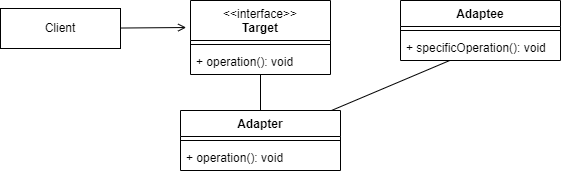
Above: documents/images/adapter.png in hazoe-dev/samples_effective_java (draw.io), before the change. Source tidied: cells renumbered, new cells last; positions are measured from the earlier drawing's top-left corner, leaving out a move shared by most shapes. Its diagram source:
```xml
<mxGraphModel>
  <root>
    <mxCell id="0" />
    <mxCell id="1" parent="0" />
    <mxCell id="2" value="Client" style="rounded=0;whiteSpace=wrap;html=1;" parent="1" vertex="1">
      <mxGeometry y="8" width="120" height="40" as="geometry" />
    </mxCell>
    <mxCell id="3" style="edgeStyle=none;rounded=0;jettySize=auto;html=1;endArrow=none;endFill=0;" parent="1" edge="1" source="4" target="14">
      <mxGeometry relative="1" as="geometry" />
    </mxCell>
    <mxCell id="4" value="Adapter" style="swimlane;fontStyle=1;align=center;verticalAlign=top;horizontal=1;startSize=26;whiteSpace=wrap;html=1;" parent="1" vertex="1">
      <mxGeometry x="180" y="110" width="160" height="60" as="geometry" />
    </mxCell>
    <mxCell id="5" style="line;strokeWidth=1;fillColor=none;align=left;verticalAlign=middle;spacingTop=-1;spacingLeft=3;spacingRight=3;labelPosition=right;strokeColor=inherit;" parent="4" vertex="1">
      <mxGeometry y="26" width="160" height="8" as="geometry" />
    </mxCell>
    <mxCell id="6" value="+ operation(): void" style="text;strokeColor=none;fillColor=none;align=left;verticalAlign=top;spacingLeft=4;spacingRight=4;overflow=hidden;whiteSpace=wrap;html=1;" parent="4" vertex="1">
      <mxGeometry y="34" width="160" height="26" as="geometry" />
    </mxCell>
    <mxCell id="7" style="rounded=0;jettySize=auto;html=1;entryX=-0.031;entryY=0.365;entryDx=0;entryDy=0;entryPerimeter=0;endArrow=open;endFill=0;" parent="1" edge="1" source="2" target="9">
      <mxGeometry relative="1" as="geometry" />
    </mxCell>
    <mxCell id="8" style="edgeStyle=none;rounded=0;jettySize=auto;html=1;endArrow=none;endFill=0;" parent="1" edge="1" source="9" target="4">
      <mxGeometry relative="1" as="geometry" />
    </mxCell>
    <mxCell id="9" value="&amp;lt;&amp;lt;interface&amp;gt;&amp;gt;&lt;br&gt;&lt;b&gt;Target&lt;/b&gt;" style="swimlane;fontStyle=0;align=center;verticalAlign=top;horizontal=1;startSize=40;html=1;whiteSpace=wrap;" parent="1" vertex="1">
      <mxGeometry x="190" width="140" height="74" as="geometry" />
    </mxCell>
    <mxCell id="10" style="line;strokeWidth=1;fillColor=none;align=left;verticalAlign=middle;spacingTop=-1;spacingLeft=3;spacingRight=3;labelPosition=right;" parent="9" vertex="1">
      <mxGeometry y="40" width="140" height="8" as="geometry" />
    </mxCell>
    <mxCell id="11" value="+ operation(): void" style="text;strokeColor=none;fillColor=none;align=left;verticalAlign=top;spacingLeft=4;spacingRight=4;overflow=hidden;whiteSpace=wrap;html=1;" parent="9" vertex="1">
      <mxGeometry y="48" width="140" height="26" as="geometry" />
    </mxCell>
    <mxCell id="12" value="Adaptee" style="swimlane;fontStyle=1;align=center;verticalAlign=top;horizontal=1;startSize=26;whiteSpace=wrap;html=1;" parent="1" vertex="1">
      <mxGeometry x="400" width="160" height="60" as="geometry" />
    </mxCell>
    <mxCell id="13" style="line;strokeWidth=1;fillColor=none;align=left;verticalAlign=middle;spacingTop=-1;spacingLeft=3;spacingRight=3;labelPosition=right;strokeColor=inherit;" parent="12" vertex="1">
      <mxGeometry y="26" width="160" height="8" as="geometry" />
    </mxCell>
    <mxCell id="14" value="+ specificOperation(): void" style="text;strokeColor=none;fillColor=none;align=left;verticalAlign=top;spacingLeft=4;spacingRight=4;overflow=hidden;points=[[0,0.5],[1,0.5]];portConstraint=eastwest;whiteSpace=wrap;html=1;" parent="12" vertex="1">
      <mxGeometry y="34" width="160" height="26" as="geometry" />
    </mxCell>
  </root>
</mxGraphModel>
```
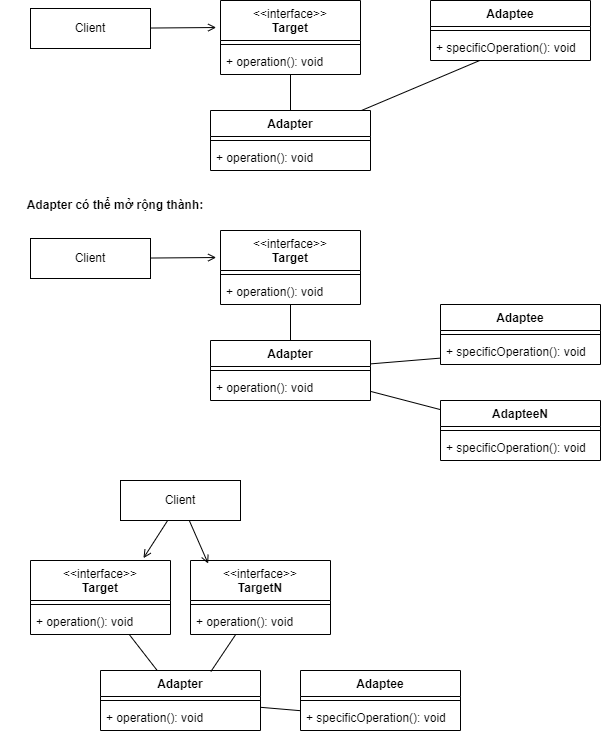
The same diagram one commit later.

Commit message:
Update document for Adapter pattern

What changed in the source:
```diff
@@ -41,5 +41,113 @@
     <mxCell id="14" value="+ specificOperation(): void" style="text;strokeColor=none;fillColor=none;align=left;verticalAlign=top;spacingLeft=4;spacingRight=4;overflow=hidden;points=[[0,0.5],[1,0.5]];portConstraint=eastwest;whiteSpace=wrap;html=1;" parent="12" vertex="1">
       <mxGeometry y="34" width="160" height="26" as="geometry" />
     </mxCell>
+    <mxCell id="15" value="&lt;b&gt;Adapter có thể mở rộng thành:&lt;/b&gt;" style="text;html=1;strokeColor=none;fillColor=none;align=center;verticalAlign=middle;whiteSpace=wrap;rounded=0;" parent="1" vertex="1">
+      <mxGeometry x="-30" y="190" width="230" height="30" as="geometry" />
+    </mxCell>
+    <mxCell id="16" value="Client" style="rounded=0;whiteSpace=wrap;html=1;" parent="1" vertex="1">
+      <mxGeometry y="238" width="120" height="40" as="geometry" />
+    </mxCell>
+    <mxCell id="17" style="edgeStyle=none;rounded=0;jettySize=auto;html=1;endArrow=none;endFill=0;" parent="1" edge="1" source="18" target="28">
+      <mxGeometry relative="1" as="geometry" />
+    </mxCell>
+    <mxCell id="18" value="Adapter" style="swimlane;fontStyle=1;align=center;verticalAlign=top;horizontal=1;startSize=26;whiteSpace=wrap;html=1;" parent="1" vertex="1">
+      <mxGeometry x="180" y="340" width="160" height="60" as="geometry" />
+    </mxCell>
+    <mxCell id="19" style="line;strokeWidth=1;fillColor=none;align=left;verticalAlign=middle;spacingTop=-1;spacingLeft=3;spacingRight=3;labelPosition=right;strokeColor=inherit;" parent="18" vertex="1">
+      <mxGeometry y="26" width="160" height="8" as="geometry" />
+    </mxCell>
+    <mxCell id="20" value="+ operation(): void" style="text;strokeColor=none;fillColor=none;align=left;verticalAlign=top;spacingLeft=4;spacingRight=4;overflow=hidden;whiteSpace=wrap;html=1;" parent="18" vertex="1">
+      <mxGeometry y="34" width="160" height="26" as="geometry" />
+    </mxCell>
+    <mxCell id="21" style="rounded=0;jettySize=auto;html=1;entryX=-0.031;entryY=0.365;entryDx=0;entryDy=0;entryPerimeter=0;endArrow=open;endFill=0;" parent="1" edge="1" source="16" target="23">
+      <mxGeometry relative="1" as="geometry" />
+    </mxCell>
+    <mxCell id="22" style="edgeStyle=none;rounded=0;jettySize=auto;html=1;endArrow=none;endFill=0;" parent="1" edge="1" source="23" target="18">
+      <mxGeometry relative="1" as="geometry" />
+    </mxCell>
+    <mxCell id="23" value="&amp;lt;&amp;lt;interface&amp;gt;&amp;gt;&lt;br&gt;&lt;b&gt;Target&lt;/b&gt;" style="swimlane;fontStyle=0;align=center;verticalAlign=top;horizontal=1;startSize=40;html=1;whiteSpace=wrap;" parent="1" vertex="1">
+      <mxGeometry x="190" y="230" width="140" height="74" as="geometry" />
+    </mxCell>
+    <mxCell id="24" style="line;strokeWidth=1;fillColor=none;align=left;verticalAlign=middle;spacingTop=-1;spacingLeft=3;spacingRight=3;labelPosition=right;" parent="23" vertex="1">
+      <mxGeometry y="40" width="140" height="8" as="geometry" />
+    </mxCell>
+    <mxCell id="25" value="+ operation(): void" style="text;strokeColor=none;fillColor=none;align=left;verticalAlign=top;spacingLeft=4;spacingRight=4;overflow=hidden;whiteSpace=wrap;html=1;" parent="23" vertex="1">
+      <mxGeometry y="48" width="140" height="26" as="geometry" />
+    </mxCell>
+    <mxCell id="26" value="Adaptee" style="swimlane;fontStyle=1;align=center;verticalAlign=top;horizontal=1;startSize=26;whiteSpace=wrap;html=1;" parent="1" vertex="1">
+      <mxGeometry x="410" y="304" width="160" height="60" as="geometry" />
+    </mxCell>
+    <mxCell id="27" style="line;strokeWidth=1;fillColor=none;align=left;verticalAlign=middle;spacingTop=-1;spacingLeft=3;spacingRight=3;labelPosition=right;strokeColor=inherit;" parent="26" vertex="1">
+      <mxGeometry y="26" width="160" height="8" as="geometry" />
+    </mxCell>
+    <mxCell id="28" value="+ specificOperation(): void" style="text;strokeColor=none;fillColor=none;align=left;verticalAlign=top;spacingLeft=4;spacingRight=4;overflow=hidden;points=[[0,0.5],[1,0.5]];portConstraint=eastwest;whiteSpace=wrap;html=1;" parent="26" vertex="1">
+      <mxGeometry y="34" width="160" height="26" as="geometry" />
+    </mxCell>
+    <mxCell id="29" value="AdapteeN" style="swimlane;fontStyle=1;align=center;verticalAlign=top;horizontal=1;startSize=26;whiteSpace=wrap;html=1;" parent="1" vertex="1">
+      <mxGeometry x="410" y="400" width="160" height="60" as="geometry" />
+    </mxCell>
+    <mxCell id="30" style="line;strokeWidth=1;fillColor=none;align=left;verticalAlign=middle;spacingTop=-1;spacingLeft=3;spacingRight=3;labelPosition=right;strokeColor=inherit;" parent="29" vertex="1">
+      <mxGeometry y="26" width="160" height="8" as="geometry" />
+    </mxCell>
+    <mxCell id="31" value="+ specificOperation(): void" style="text;strokeColor=none;fillColor=none;align=left;verticalAlign=top;spacingLeft=4;spacingRight=4;overflow=hidden;whiteSpace=wrap;html=1;" parent="29" vertex="1">
+      <mxGeometry y="34" width="160" height="26" as="geometry" />
+    </mxCell>
+    <mxCell id="32" style="edgeStyle=none;rounded=0;jettySize=auto;html=1;endArrow=none;endFill=0;" parent="1" edge="1" source="18" target="29">
+      <mxGeometry relative="1" as="geometry" />
+    </mxCell>
+    <mxCell id="33" value="Client" style="rounded=0;whiteSpace=wrap;html=1;" parent="1" vertex="1">
+      <mxGeometry x="90" y="480" width="120" height="40" as="geometry" />
+    </mxCell>
+    <mxCell id="34" style="edgeStyle=none;rounded=0;jettySize=auto;html=1;endArrow=none;endFill=0;" parent="1" edge="1" source="35" target="45">
+      <mxGeometry relative="1" as="geometry" />
+    </mxCell>
+    <mxCell id="35" value="Adapter" style="swimlane;fontStyle=1;align=center;verticalAlign=top;horizontal=1;startSize=26;whiteSpace=wrap;html=1;" parent="1" vertex="1">
+      <mxGeometry x="70" y="670" width="160" height="60" as="geometry" />
+    </mxCell>
+    <mxCell id="36" style="line;strokeWidth=1;fillColor=none;align=left;verticalAlign=middle;spacingTop=-1;spacingLeft=3;spacingRight=3;labelPosition=right;strokeColor=inherit;" parent="35" vertex="1">
+      <mxGeometry y="26" width="160" height="8" as="geometry" />
+    </mxCell>
+    <mxCell id="37" value="+ operation(): void" style="text;strokeColor=none;fillColor=none;align=left;verticalAlign=top;spacingLeft=4;spacingRight=4;overflow=hidden;whiteSpace=wrap;html=1;" parent="35" vertex="1">
+      <mxGeometry y="34" width="160" height="26" as="geometry" />
+    </mxCell>
+    <mxCell id="38" style="rounded=0;jettySize=auto;html=1;entryX=0.807;entryY=-0.032;entryDx=0;entryDy=0;entryPerimeter=0;endArrow=open;endFill=0;" parent="1" edge="1" source="33" target="40">
+      <mxGeometry relative="1" as="geometry" />
+    </mxCell>
+    <mxCell id="39" style="edgeStyle=none;rounded=0;jettySize=auto;html=1;endArrow=none;endFill=0;" parent="1" edge="1" source="40" target="35">
+      <mxGeometry relative="1" as="geometry" />
+    </mxCell>
+    <mxCell id="40" value="&amp;lt;&amp;lt;interface&amp;gt;&amp;gt;&lt;br&gt;&lt;b&gt;Target&lt;/b&gt;" style="swimlane;fontStyle=0;align=center;verticalAlign=top;horizontal=1;startSize=40;html=1;whiteSpace=wrap;" parent="1" vertex="1">
+      <mxGeometry y="560" width="140" height="74" as="geometry" />
+    </mxCell>
+    <mxCell id="41" style="line;strokeWidth=1;fillColor=none;align=left;verticalAlign=middle;spacingTop=-1;spacingLeft=3;spacingRight=3;labelPosition=right;" parent="40" vertex="1">
+      <mxGeometry y="40" width="140" height="8" as="geometry" />
+    </mxCell>
+    <mxCell id="42" value="+ operation(): void" style="text;strokeColor=none;fillColor=none;align=left;verticalAlign=top;spacingLeft=4;spacingRight=4;overflow=hidden;whiteSpace=wrap;html=1;" parent="40" vertex="1">
+      <mxGeometry y="48" width="140" height="26" as="geometry" />
+    </mxCell>
+    <mxCell id="43" value="Adaptee" style="swimlane;fontStyle=1;align=center;verticalAlign=top;horizontal=1;startSize=26;whiteSpace=wrap;html=1;" parent="1" vertex="1">
+      <mxGeometry x="270" y="670" width="160" height="60" as="geometry" />
+    </mxCell>
+    <mxCell id="44" style="line;strokeWidth=1;fillColor=none;align=left;verticalAlign=middle;spacingTop=-1;spacingLeft=3;spacingRight=3;labelPosition=right;strokeColor=inherit;" parent="43" vertex="1">
+      <mxGeometry y="26" width="160" height="8" as="geometry" />
+    </mxCell>
+    <mxCell id="45" value="+ specificOperation(): void" style="text;strokeColor=none;fillColor=none;align=left;verticalAlign=top;spacingLeft=4;spacingRight=4;overflow=hidden;points=[[0,0.5],[1,0.5]];portConstraint=eastwest;whiteSpace=wrap;html=1;" parent="43" vertex="1">
+      <mxGeometry y="34" width="160" height="26" as="geometry" />
+    </mxCell>
+    <mxCell id="46" value="&amp;lt;&amp;lt;interface&amp;gt;&amp;gt;&lt;br&gt;&lt;b&gt;TargetN&lt;/b&gt;" style="swimlane;fontStyle=0;align=center;verticalAlign=top;horizontal=1;startSize=40;html=1;whiteSpace=wrap;" parent="1" vertex="1">
+      <mxGeometry x="160" y="560" width="140" height="74" as="geometry" />
+    </mxCell>
+    <mxCell id="47" style="line;strokeWidth=1;fillColor=none;align=left;verticalAlign=middle;spacingTop=-1;spacingLeft=3;spacingRight=3;labelPosition=right;" parent="46" vertex="1">
+      <mxGeometry y="40" width="140" height="8" as="geometry" />
+    </mxCell>
+    <mxCell id="48" value="+ operation(): void" style="text;strokeColor=none;fillColor=none;align=left;verticalAlign=top;spacingLeft=4;spacingRight=4;overflow=hidden;whiteSpace=wrap;html=1;" parent="46" vertex="1">
+      <mxGeometry y="48" width="140" height="26" as="geometry" />
+    </mxCell>
+    <mxCell id="49" style="rounded=0;jettySize=auto;html=1;entryX=0.126;entryY=0.041;entryDx=0;entryDy=0;entryPerimeter=0;endArrow=open;endFill=0;" parent="1" edge="1" source="33" target="46">
+      <mxGeometry relative="1" as="geometry" />
+    </mxCell>
+    <mxCell id="50" style="edgeStyle=none;rounded=0;jettySize=auto;html=1;endArrow=none;endFill=0;exitX=0.69;exitY=0.017;exitDx=0;exitDy=0;exitPerimeter=0;" parent="1" edge="1" source="35" target="46">
+      <mxGeometry relative="1" as="geometry" />
+    </mxCell>
   </root>
 </mxGraphModel>
```
